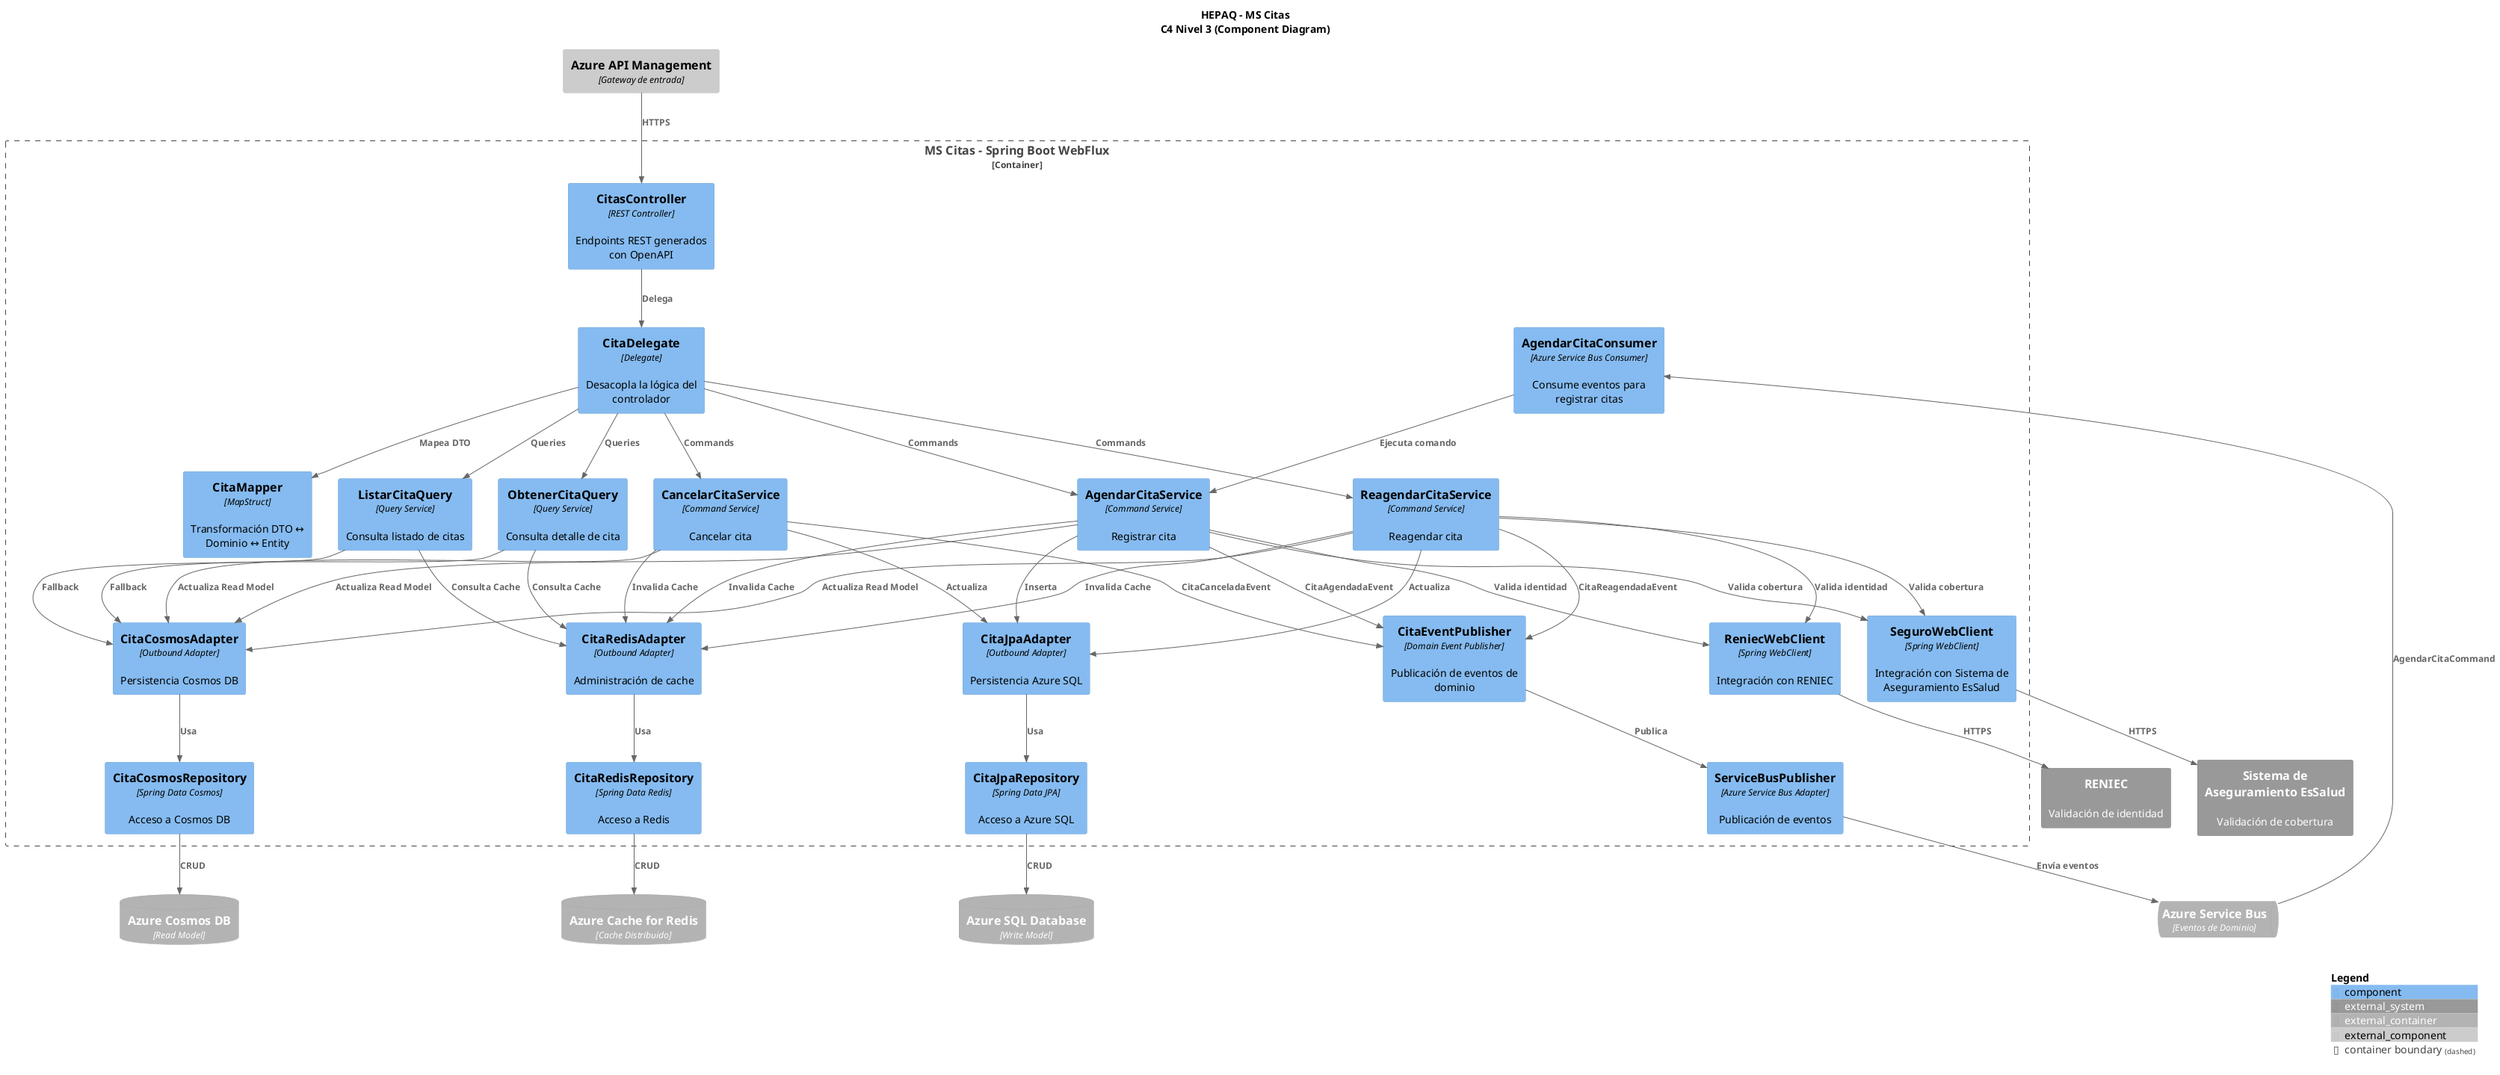
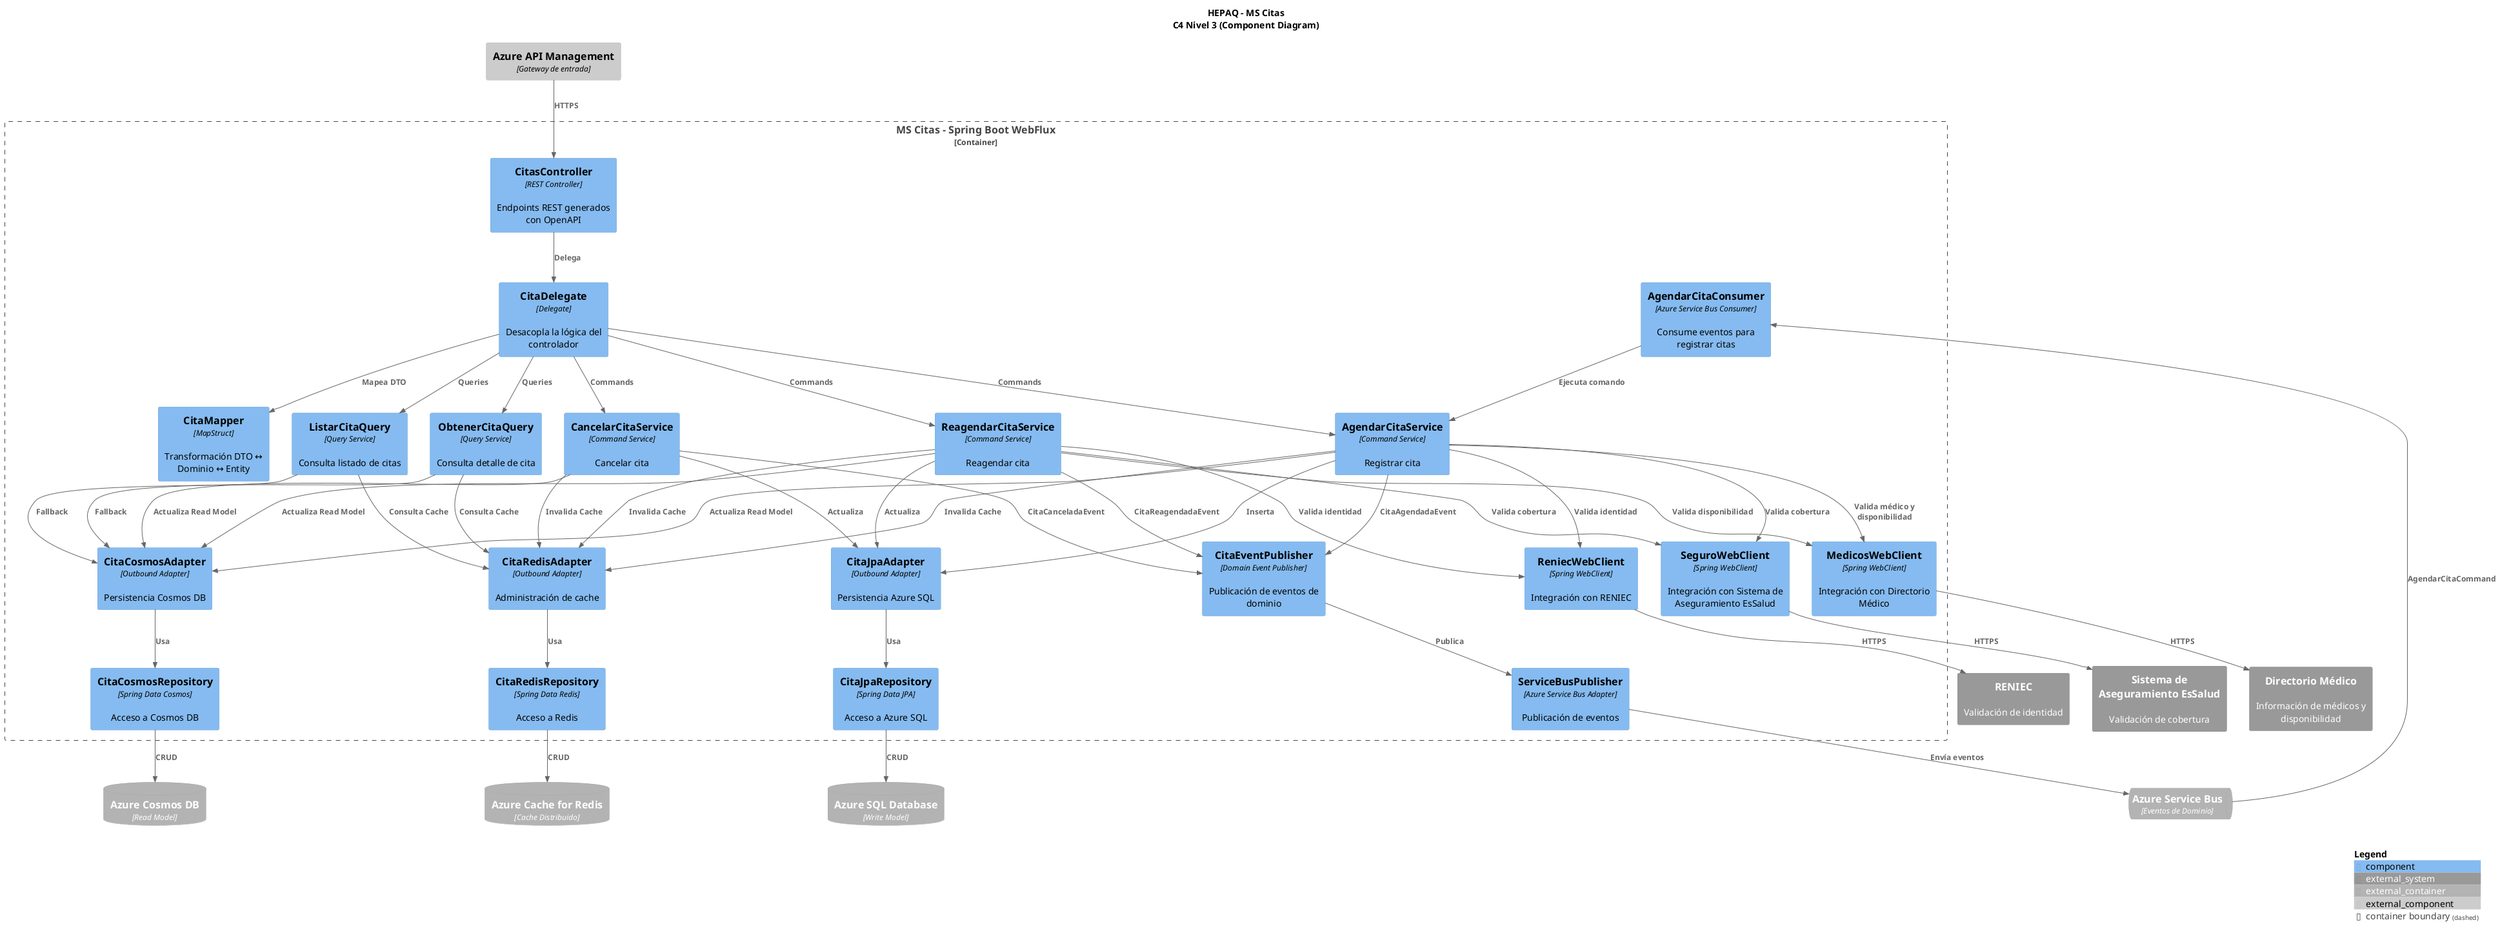
@startuml

!include <C4/C4_Component>

title HEPAQ - MS Citas\nC4 Nivel 3 (Component Diagram)

Container_Boundary(msCitas, "MS Citas - Spring Boot WebFlux") {

    ' ==========================
    ' API Layer
    ' ==========================

    Component(citasController, "CitasController", "REST Controller", "Endpoints REST generados con OpenAPI")

    Component(citaDelegate, "CitaDelegate", "Delegate", "Desacopla la lógica del controlador")

    Component(citaMapper, "CitaMapper", "MapStruct", "Transformación DTO ↔ Dominio ↔ Entity")

    ' ==========================
    ' Command Side
    ' ==========================

    Component(agendarCitaService, "AgendarCitaService", "Command Service", "Registrar cita")

    Component(cancelarCitaService, "CancelarCitaService", "Command Service", "Cancelar cita")

    Component(reagendarCitaService, "ReagendarCitaService", "Command Service", "Reagendar cita")

    Component(citaEventPublisher, "CitaEventPublisher", "Domain Event Publisher", "Publicación de eventos de dominio")

    ' ==========================
    ' Query Side
    ' ==========================

    Component(listarCitaQuery, "ListarCitaQuery", "Query Service", "Consulta listado de citas")

    Component(obtenerCitaQuery, "ObtenerCitaQuery", "Query Service", "Consulta detalle de cita")

    ' ==========================
    ' Event Consumer
    ' ==========================

    Component(agendarCitaConsumer, "AgendarCitaConsumer", "Azure Service Bus Consumer", "Consume eventos para registrar citas")

    ' ==========================
    ' Adapters
    ' ==========================

    Component(citaJpaAdapter, "CitaJpaAdapter", "Outbound Adapter", "Persistencia Azure SQL")

    Component(citaCosmosAdapter, "CitaCosmosAdapter", "Outbound Adapter", "Persistencia Cosmos DB")

    Component(citaRedisAdapter, "CitaRedisAdapter", "Outbound Adapter", "Administración de cache")

    ' ==========================
    ' Repositories
    ' ==========================

    Component(citaJpaRepository, "CitaJpaRepository", "Spring Data JPA", "Acceso a Azure SQL")

    Component(citaCosmosRepository, "CitaCosmosRepository", "Spring Data Cosmos", "Acceso a Cosmos DB")

    Component(citaRedisRepository, "CitaRedisRepository", "Spring Data Redis", "Acceso a Redis")

    ' ==========================
    ' External Integrations
    ' ==========================

    Component(reniecWebClient, "ReniecWebClient", "Spring WebClient", "Integración con RENIEC")

    Component(seguroWebClient, "SeguroWebClient", "Spring WebClient", "Integración con Sistema de Aseguramiento EsSalud")
+ 
+     Component(medicosWebClient, "MedicosWebClient", "Spring WebClient", "Integración con Directorio Médico")

    Component(serviceBusPublisher, "ServiceBusPublisher", "Azure Service Bus Adapter", "Publicación de eventos")
}

Component_Ext(apim, "Azure API Management", "Gateway de entrada")

System_Ext(reniec, "RENIEC", "Validación de identidad")

System_Ext(seguro, "Sistema de Aseguramiento EsSalud", "Validación de cobertura")

+ System_Ext(medicos, "Directorio Médico", "Información de médicos y disponibilidad")
+ 
ContainerDb_Ext(sql, "Azure SQL Database", "Write Model")

ContainerDb_Ext(cosmos, "Azure Cosmos DB", "Read Model")

ContainerDb_Ext(redis, "Azure Cache for Redis", "Cache Distribuido")

ContainerQueue_Ext(serviceBus, "Azure Service Bus", "Eventos de Dominio")

' ==========================
' API Flow
' ==========================

Rel(apim, citasController, "HTTPS")

Rel(citasController, citaDelegate, "Delega")

Rel(citaDelegate, citaMapper, "Mapea DTO")

' ==========================
' Commands
' ==========================

Rel(citaDelegate, agendarCitaService, "Commands")

Rel(citaDelegate, cancelarCitaService, "Commands")

Rel(citaDelegate, reagendarCitaService, "Commands")

' ==========================
' Queries
' ==========================

Rel(citaDelegate, listarCitaQuery, "Queries")

Rel(citaDelegate, obtenerCitaQuery, "Queries")

' ==========================
' Event Consuming
' ==========================

Rel(serviceBus, agendarCitaConsumer, "AgendarCitaCommand")

Rel(agendarCitaConsumer, agendarCitaService, "Ejecuta comando")

' ==========================
- ' RENIEC / EsSalud
+ ' RENIEC / EsSalud / Médicos
' ==========================

Rel(agendarCitaService, reniecWebClient, "Valida identidad")

Rel(agendarCitaService, seguroWebClient, "Valida cobertura")

+ Rel(agendarCitaService, medicosWebClient, "Valida médico y disponibilidad")
+ 
Rel(reagendarCitaService, reniecWebClient, "Valida identidad")

Rel(reagendarCitaService, seguroWebClient, "Valida cobertura")

+ Rel(reagendarCitaService, medicosWebClient, "Valida disponibilidad")
+ 
Rel(reniecWebClient, reniec, "HTTPS")

Rel(seguroWebClient, seguro, "HTTPS")

+ Rel(medicosWebClient, medicos, "HTTPS")
+ 
' ==========================
' Azure SQL (Write Model)
' ==========================

Rel(agendarCitaService, citaJpaAdapter, "Inserta")

Rel(cancelarCitaService, citaJpaAdapter, "Actualiza")

Rel(reagendarCitaService, citaJpaAdapter, "Actualiza")

Rel(citaJpaAdapter, citaJpaRepository, "Usa")

Rel(citaJpaRepository, sql, "CRUD")

' ==========================
' Cosmos DB (Read Model)
' ==========================

Rel(agendarCitaService, citaCosmosAdapter, "Actualiza Read Model")

Rel(cancelarCitaService, citaCosmosAdapter, "Actualiza Read Model")

Rel(reagendarCitaService, citaCosmosAdapter, "Actualiza Read Model")

Rel(citaCosmosAdapter, citaCosmosRepository, "Usa")

Rel(citaCosmosRepository, cosmos, "CRUD")

' ==========================
' Redis Cache
' ==========================

Rel(agendarCitaService, citaRedisAdapter, "Invalida Cache")

Rel(cancelarCitaService, citaRedisAdapter, "Invalida Cache")

Rel(reagendarCitaService, citaRedisAdapter, "Invalida Cache")

Rel(citaRedisAdapter, citaRedisRepository, "Usa")

Rel(citaRedisRepository, redis, "CRUD")

Rel(listarCitaQuery, citaRedisAdapter, "Consulta Cache")

Rel(obtenerCitaQuery, citaRedisAdapter, "Consulta Cache")

Rel(listarCitaQuery, citaCosmosAdapter, "Fallback")

Rel(obtenerCitaQuery, citaCosmosAdapter, "Fallback")

' ==========================
' Event Publishing
' ==========================

Rel(agendarCitaService, citaEventPublisher, "CitaAgendadaEvent")

Rel(cancelarCitaService, citaEventPublisher, "CitaCanceladaEvent")

Rel(reagendarCitaService, citaEventPublisher, "CitaReagendadaEvent")

Rel(citaEventPublisher, serviceBusPublisher, "Publica")

Rel(serviceBusPublisher, serviceBus, "Envía eventos")

SHOW_LEGEND()

@enduml